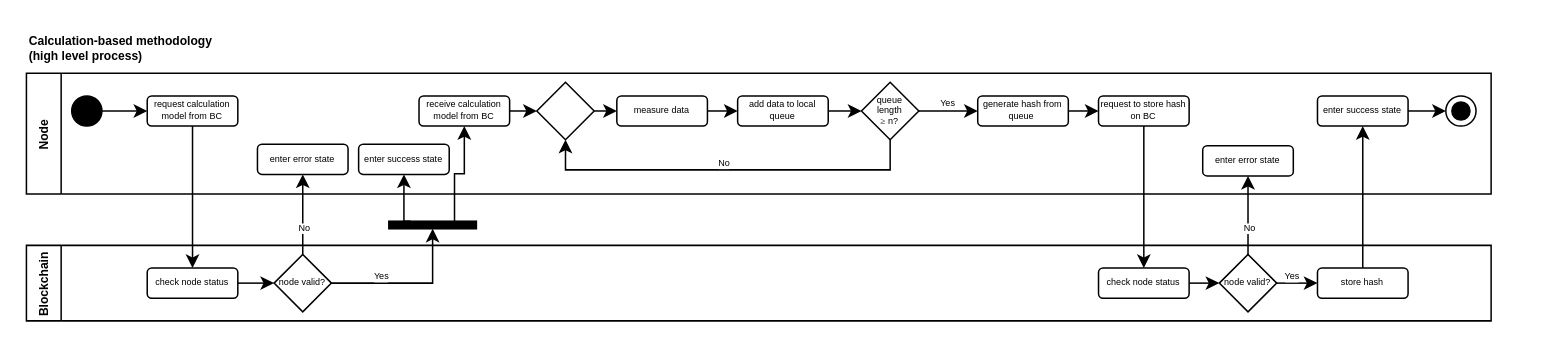
Earlier version of the draw.io diagram reporting/docs/calculation-based-method.drawio (KSilkThread/carbonedge). Source tidied: cells renumbered, new cells numbered last; positions are measured from the earlier drawing's top-left corner, leaving out a move shared by most shapes. Both pictures are drawn from the tidied source at 151%, with x=0, y=0 at pixel (26, 26).
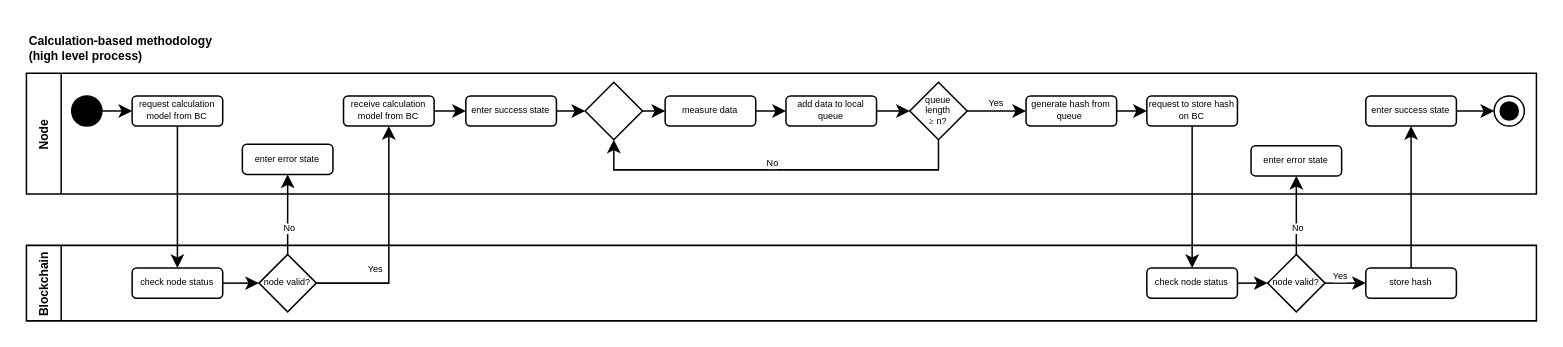
Above is the later version.

Change to the diagram source:
```diff
@@
     <mxCell id="2" value="Node" style="swimlane;horizontal=0;fontSize=8;" parent="1" vertex="1">
-      <mxGeometry y="31" width="970" height="80" as="geometry" />
+      <mxGeometry y="31" width="1000" height="80" as="geometry" />
     </mxCell>
@@
     <mxCell id="6" value="measure data" style="rounded=1;whiteSpace=wrap;html=1;fontSize=6;" parent="2" vertex="1">
-      <mxGeometry x="391" y="15" width="60" height="20" as="geometry" />
+      <mxGeometry x="423" y="15" width="60" height="20" as="geometry" />
     </mxCell>
@@
     <mxCell id="8" value="add data to local queue" style="rounded=1;whiteSpace=wrap;html=1;fontSize=6;" parent="2" vertex="1">
-      <mxGeometry x="471" y="15" width="60" height="20" as="geometry" />
+      <mxGeometry x="503" y="15" width="60" height="20" as="geometry" />
     </mxCell>
     <mxCell id="9" value="enter error state" style="rounded=1;whiteSpace=wrap;html=1;fontSize=6;" parent="2" vertex="1">
-      <mxGeometry x="779" y="48" width="60" height="20" as="geometry" />
+      <mxGeometry x="811" y="48" width="60" height="20" as="geometry" />
     </mxCell>
@@
     <mxCell id="11" value="generate hash from queue&amp;nbsp;" style="rounded=1;whiteSpace=wrap;html=1;fontSize=6;" parent="2" vertex="1">
-      <mxGeometry x="630" y="15" width="60" height="20" as="geometry" />
+      <mxGeometry x="662" y="15" width="60" height="20" as="geometry" />
     </mxCell>
     <mxCell id="12" value="enter success state" style="rounded=1;whiteSpace=wrap;html=1;fontSize=6;" parent="2" vertex="1">
-      <mxGeometry x="855" y="15" width="60" height="20" as="geometry" />
+      <mxGeometry x="887" y="15" width="60" height="20" as="geometry" />
     </mxCell>
@@
     <mxCell id="16" value="queue &lt;br&gt;length &lt;br&gt;&lt;span style=&quot;font-family: &amp;#34;georgia&amp;#34; , &amp;#34;times&amp;#34; , serif ; background-color: rgb(255 , 255 , 255)&quot;&gt;&lt;font style=&quot;font-size: 6px&quot;&gt;≥&lt;/font&gt;&lt;/span&gt;&amp;nbsp;n?" style="rhombus;whiteSpace=wrap;html=1;fontSize=6;fontStyle=0;" parent="2" vertex="1">
-      <mxGeometry x="553" y="6" width="38" height="38" as="geometry" />
+      <mxGeometry x="585" y="6" width="38" height="38" as="geometry" />
     </mxCell>
     <mxCell id="17" value="request to store hash on BC" style="rounded=1;whiteSpace=wrap;html=1;fontSize=6;" parent="2" vertex="1">
-      <mxGeometry x="710" y="15" width="60" height="20" as="geometry" />
+      <mxGeometry x="742" y="15" width="60" height="20" as="geometry" />
     </mxCell>
     <mxCell id="18" style="edgeStyle=orthogonalEdgeStyle;rounded=0;orthogonalLoop=1;jettySize=auto;html=1;exitX=1;exitY=0.5;exitDx=0;exitDy=0;entryX=0;entryY=0.5;entryDx=0;entryDy=0;fontSize=6;" parent="2" edge="1">
       <mxGeometry relative="1" as="geometry">
-        <mxPoint x="915" y="25" as="sourcePoint" />
-        <mxPoint x="940" y="25" as="targetPoint" />
+        <mxPoint x="947" y="25" as="sourcePoint" />
+        <mxPoint x="972" y="25" as="targetPoint" />
       </mxGeometry>
     </mxCell>
     <mxCell id="19" style="ellipse;html=1;shape=endState;fillColor=#000000;strokeColor=#000000;fontSize=10;" parent="2" vertex="1">
-      <mxGeometry x="940" y="15" width="20" height="20" as="geometry" />
+      <mxGeometry x="972" y="15" width="20" height="20" as="geometry" />
     </mxCell>
@@
     <mxCell id="21" style="rhombus;whiteSpace=wrap;html=1;fontSize=6;fontStyle=0;" parent="2" vertex="1">
-      <mxGeometry x="338" y="6" width="38" height="38" as="geometry" />
+      <mxGeometry x="370" y="6" width="38" height="38" as="geometry" />
     </mxCell>
     <mxCell id="22" value="request calculation model from BC" style="rounded=1;whiteSpace=wrap;html=1;fontSize=6;" parent="2" vertex="1">
-      <mxGeometry x="80" y="15" width="60" height="20" as="geometry" />
+      <mxGeometry x="70" y="15" width="60" height="20" as="geometry" />
     </mxCell>
-    <mxCell id="23" style="edgeStyle=orthogonalEdgeStyle;rounded=0;jettySize=auto;html=1;exitX=1;exitY=0.5;exitDx=0;exitDy=0;entryX=0;entryY=0.5;entryDx=0;entryDy=0;" parent="2" edge="1" source="24" target="21">
-      <mxGeometry relative="1" as="geometry" />
-    </mxCell>
+    <mxCell id="50" style="edgeStyle=orthogonalEdgeStyle;rounded=0;jettySize=auto;html=1;exitX=1;exitY=0.5;exitDx=0;exitDy=0;entryX=0;entryY=0.5;entryDx=0;entryDy=0;" parent="2" edge="1" source="24" target="25">
+      <mxGeometry relative="1" as="geometry" />
+    </mxCell>
     <mxCell id="24" value="receive calculation model from BC" style="rounded=1;whiteSpace=wrap;html=1;fontSize=6;" parent="2" vertex="1">
-      <mxGeometry x="260" y="15" width="60" height="20" as="geometry" />
+      <mxGeometry x="210" y="15" width="60" height="20" as="geometry" />
     </mxCell>
+    <mxCell id="51" style="edgeStyle=orthogonalEdgeStyle;rounded=0;jettySize=auto;html=1;exitX=1;exitY=0.5;exitDx=0;exitDy=0;entryX=0;entryY=0.5;entryDx=0;entryDy=0;" parent="2" edge="1" source="25" target="21">
+      <mxGeometry relative="1" as="geometry" />
+    </mxCell>
     <mxCell id="25" value="enter success state" style="rounded=1;whiteSpace=wrap;html=1;fontSize=6;" parent="2" vertex="1">
-      <mxGeometry x="220" y="47" width="60" height="20" as="geometry" />
+      <mxGeometry x="291" y="15" width="60" height="20" as="geometry" />
     </mxCell>
     <mxCell id="26" value="Blockchain" style="swimlane;horizontal=0;fontSize=8;" parent="1" vertex="1">
-      <mxGeometry y="145" width="970" height="50" as="geometry" />
+      <mxGeometry y="145" width="1000" height="50" as="geometry" />
     </mxCell>
@@
     <mxCell id="28" value="check node status" style="rounded=1;whiteSpace=wrap;html=1;fontSize=6;" parent="26" vertex="1">
-      <mxGeometry x="710" y="15" width="60" height="20" as="geometry" />
+      <mxGeometry x="742" y="15" width="60" height="20" as="geometry" />
     </mxCell>
@@
     <mxCell id="31" value="node valid?" style="rhombus;whiteSpace=wrap;html=1;fontSize=6;" parent="26" vertex="1">
-      <mxGeometry x="790" y="6" width="38" height="38" as="geometry" />
+      <mxGeometry x="822" y="6" width="38" height="38" as="geometry" />
     </mxCell>
     <mxCell id="32" value="store hash" style="rounded=1;whiteSpace=wrap;html=1;fontSize=6;" parent="26" vertex="1">
-      <mxGeometry x="855" y="15" width="60" height="20" as="geometry" />
+      <mxGeometry x="887" y="15" width="60" height="20" as="geometry" />
     </mxCell>
@@
     <mxCell id="38" value="enter error state" style="rounded=1;whiteSpace=wrap;html=1;fontSize=6;" parent="1" vertex="1">
-      <mxGeometry x="153" y="78" width="60" height="20" as="geometry" />
+      <mxGeometry x="143" y="78" width="60" height="20" as="geometry" />
     </mxCell>
@@
     <mxCell id="40" value="check node status" style="rounded=1;whiteSpace=wrap;html=1;fontSize=6;" parent="1" vertex="1">
-      <mxGeometry x="80" y="160" width="60" height="20" as="geometry" />
+      <mxGeometry x="70" y="160" width="60" height="20" as="geometry" />
     </mxCell>
-    <mxCell id="41" style="edgeStyle=orthogonalEdgeStyle;rounded=0;jettySize=auto;html=1;exitX=1;exitY=0.5;exitDx=0;exitDy=0;entryX=0.5;entryY=1;entryDx=0;entryDy=0;fontSize=6;" parent="1" edge="1" source="43" target="49">
+    <mxCell id="41" style="edgeStyle=orthogonalEdgeStyle;rounded=0;jettySize=auto;html=1;exitX=1;exitY=0.5;exitDx=0;exitDy=0;fontSize=6;entryX=0.5;entryY=1;entryDx=0;entryDy=0;" parent="1" edge="1" source="43" target="24">
       <mxGeometry relative="1" as="geometry" />
     </mxCell>
     <mxCell id="42" value="Yes" style="edgeLabel;html=1;align=center;verticalAlign=middle;fontSize=6;" parent="41" vertex="1">
       <mxGeometry x="-0.39" relative="1" as="geometry">
-        <mxPoint x="1" y="-5" as="offset" />
+        <mxPoint x="-8" y="-10" as="offset" />
       </mxGeometry>
     </mxCell>
     <mxCell id="43" value="node valid?" style="rhombus;whiteSpace=wrap;html=1;fontSize=6;" parent="1" vertex="1">
-      <mxGeometry x="164" y="151" width="38" height="38" as="geometry" />
+      <mxGeometry x="154" y="151" width="38" height="38" as="geometry" />
     </mxCell>
@@
-    <mxCell id="47" style="edgeStyle=orthogonalEdgeStyle;rounded=0;jettySize=auto;html=1;exitX=0.25;exitY=0;exitDx=0;exitDy=0;entryX=0.5;entryY=1;entryDx=0;entryDy=0;" parent="1" edge="1" source="49" target="25">
-      <mxGeometry relative="1" as="geometry" />
-    </mxCell>
-    <mxCell id="48" style="edgeStyle=orthogonalEdgeStyle;rounded=0;jettySize=auto;html=1;exitX=0.75;exitY=0;exitDx=0;exitDy=0;entryX=0.5;entryY=1;entryDx=0;entryDy=0;" parent="1" edge="1" source="49" target="24">
-      <mxGeometry relative="1" as="geometry" />
-    </mxCell>
-    <mxCell id="49" style="rounded=0;whiteSpace=wrap;html=1;fillColor=#000000;" parent="1" vertex="1">
-      <mxGeometry x="240" y="129" width="58" height="5" as="geometry" />
-    </mxCell>
```
